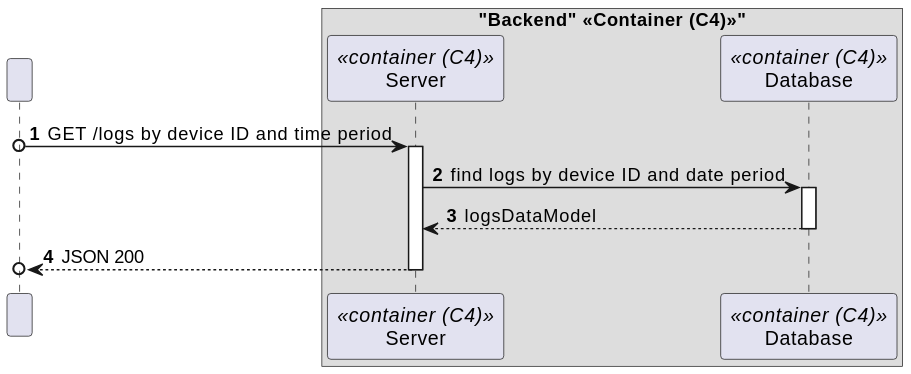
moutajDev/smarthome keeps this PlantUML diagram as docs/C4_4plus1_models/Level3/ProcessView/ProcessViewLevel3_UC11_v1.svg. Above is the earlier version. Its diagram source:
```plantuml
@startuml
!pragma layout smetana

autonumber

participant " " as HTTP

box "Backend" <<Container (C4)>>"
    participant "Server" as SE<<container (C4)>>
    participant "Database" as DB<<container (C4)>>
end box


HTTP o-> SE : GET /logs by device ID and time period
activate SE

SE -> DB : find logs by device ID and date period
activate DB

DB --> SE : logsDataModel
deactivate DB


SE -->o HTTP : JSON 200
deactivate SE

deactivate HTTP
@enduml
```
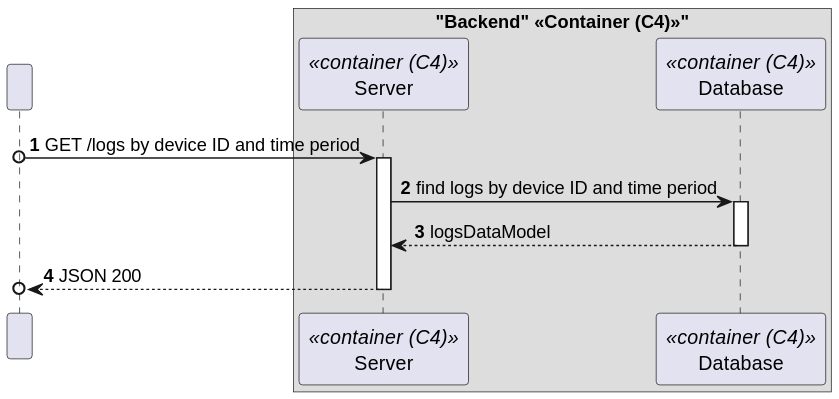
Above is the later version.

Change to the diagram source:
```diff
@@ -14,7 +14,7 @@
 HTTP o-> SE : GET /logs by device ID and time period
 activate SE
 
-SE -> DB : find logs by device ID and date period
+SE -> DB : find logs by device ID and time period
 activate DB
 
 DB --> SE : logsDataModel
```
